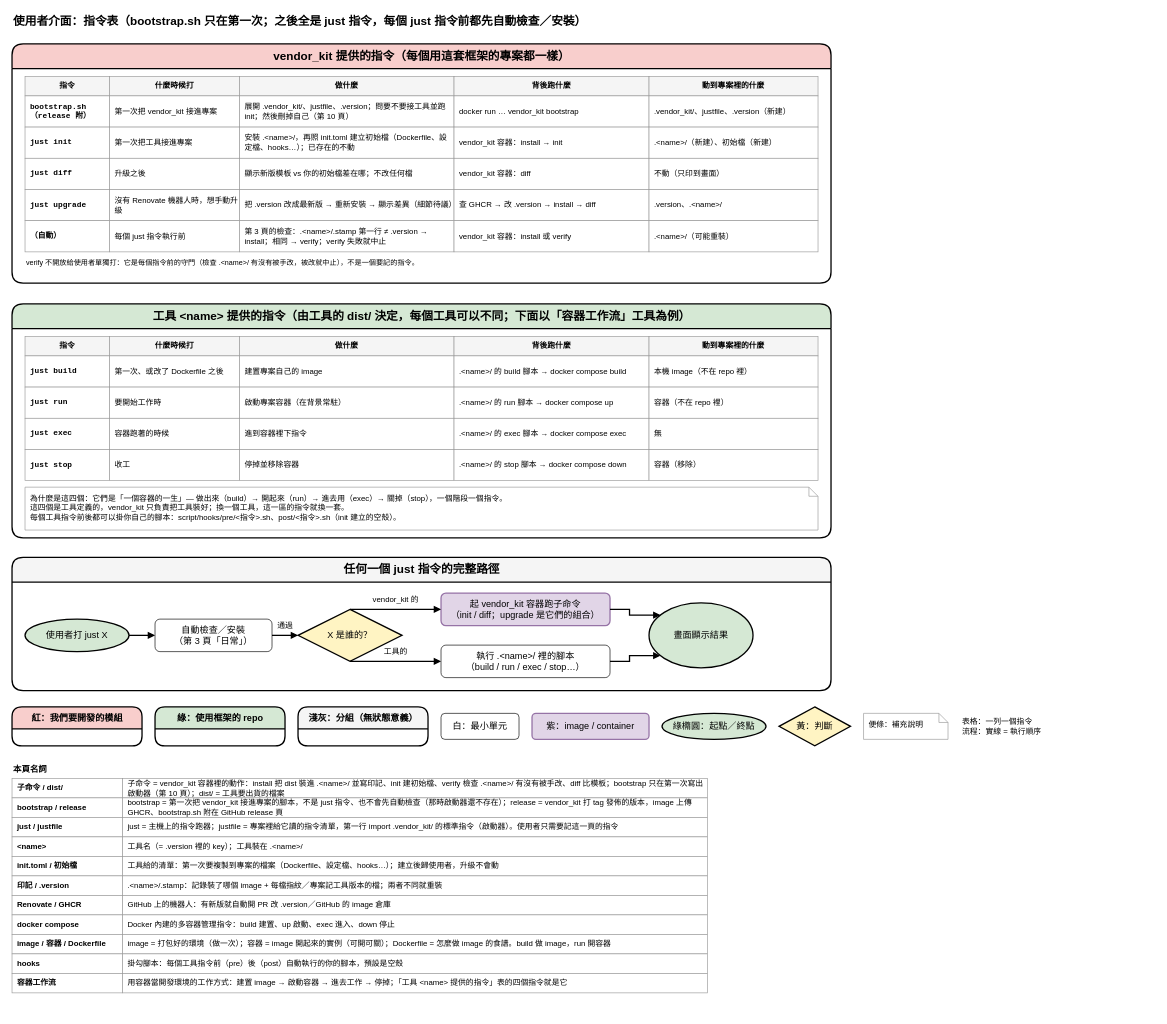
This is page "9. 使用者介面：just 指令表" (9 of 10) of dist_distribution.drawio from ycpss91255-research/vendor_kit, a draw.io file, before an edit. Source tidied: cells renumbered, new cells numbered last; positions are measured from the earlier drawing's top-left corner, leaving out a move shared by most shapes. Both pictures are drawn from the tidied source at 65%, with x=0, y=0 at pixel (12, 11).
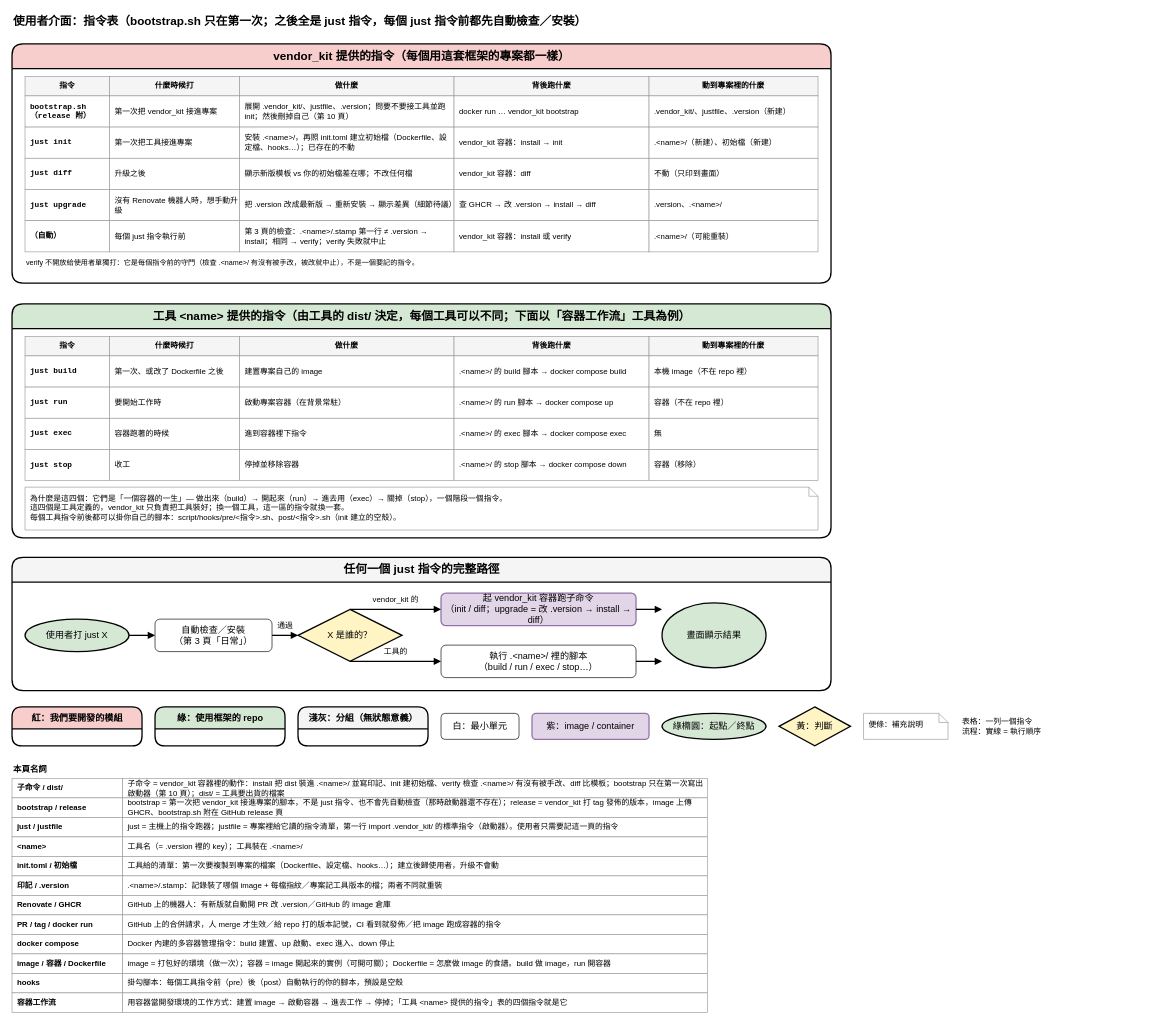
The same page after the edit.

Commit message (it also covers changes not shown here):
第 4 輪：第 2 頁重排（f8 標籤落在框外、p_t 不斷行）、第 7 頁 dist 說明、第 8 頁四子命令名詞、第 9 頁 upgrade 定義與線對齊、第 10 頁「沒有才寫」與 vendor.just 說明

Unchanged cells that the change refers to:
```xml
<mxCell id="62" value="任何一個 just 指令的完整路徑" style="swimlane;html=1;rounded=1;startSize=38;fontStyle=1;fontSize=18;fillColor=#f5f5f5;swimlaneFillColor=#ffffff;strokeColor=#000000;strokeWidth=2;" parent="1" vertex="1">
  <mxGeometry y="840" width="1260" height="205" as="geometry" />
</mxCell>
```

Diff of the diagram source:
```diff
@@
-    <mxCell id="66" value="起 vendor_kit 容器跑子命令&lt;br&gt;（init / diff；upgrade 是它們的組合）" style="rounded=1;whiteSpace=wrap;html=1;fillColor=#e1d5e7;strokeColor=#9673a6;fontSize=14;strokeWidth=2;" parent="62" vertex="1">
-      <mxGeometry x="660" y="55" width="260" height="50" as="geometry" />
+    <mxCell id="66" value="起 vendor_kit 容器跑子命令&lt;br&gt;（init / diff；upgrade = 改 .version → install → diff）" style="rounded=1;whiteSpace=wrap;html=1;fillColor=#e1d5e7;strokeColor=#9673a6;fontSize=14;strokeWidth=2;" parent="62" vertex="1">
+      <mxGeometry x="660" y="55" width="300" height="50" as="geometry" />
     </mxCell>
     <mxCell id="67" value="執行 .&amp;lt;name&amp;gt;/ 裡的腳本&lt;br&gt;（build / run / exec / stop…）" style="rounded=1;whiteSpace=wrap;html=1;fillColor=#ffffff;strokeColor=light-dark(#000000,#9577A3);fontSize=14;strokeWidth=1;" parent="62" vertex="1">
-      <mxGeometry x="660" y="135" width="260" height="50" as="geometry" />
+      <mxGeometry x="660" y="135" width="300" height="50" as="geometry" />
     </mxCell>
     <mxCell id="68" value="畫面顯示結果" style="ellipse;whiteSpace=wrap;html=1;fillColor=#d5e8d4;strokeColor=#000000;strokeWidth=2;fontSize=14;" parent="62" vertex="1">
-      <mxGeometry x="980" y="70" width="160" height="100" as="geometry" />
+      <mxGeometry x="1000" y="70" width="160" height="100" as="geometry" />
     </mxCell>
@@
-    <mxCell id="73" style="edgeStyle=orthogonalEdgeStyle;rounded=0;jettySize=auto;html=1;strokeColor=default;strokeWidth=2;align=center;verticalAlign=bottom;spacingBottom=6;fontFamily=Helvetica;fontSize=12;fontColor=default;labelBorderColor=none;labelBackgroundColor=none;endArrow=block;endFill=1;exitX=1;exitY=0.5;exitDx=0;exitDy=0;entryX=0;entryY=0.1;entryDx=0;entryDy=0;" parent="1" edge="1" source="66" target="68">
+    <mxCell id="73" style="edgeStyle=orthogonalEdgeStyle;rounded=0;jettySize=auto;html=1;strokeColor=default;strokeWidth=2;align=center;verticalAlign=bottom;spacingBottom=6;fontFamily=Helvetica;fontSize=12;fontColor=default;labelBorderColor=none;labelBackgroundColor=none;endArrow=block;endFill=1;entryPerimeter=0;exitX=1;exitY=0.5;exitDx=0;exitDy=0;entryX=0;entryY=0.1;entryDx=0;entryDy=0;" parent="1" edge="1" source="66" target="68">
       <mxGeometry relative="1" as="geometry" />
     </mxCell>
-    <mxCell id="74" style="edgeStyle=orthogonalEdgeStyle;rounded=0;jettySize=auto;html=1;strokeColor=default;strokeWidth=2;align=center;verticalAlign=bottom;spacingBottom=6;fontFamily=Helvetica;fontSize=12;fontColor=default;labelBorderColor=none;labelBackgroundColor=none;endArrow=block;endFill=1;exitX=1;exitY=0.5;exitDx=0;exitDy=0;entryX=0;entryY=0.9;entryDx=0;entryDy=0;" parent="1" edge="1" source="67" target="68">
+    <mxCell id="74" style="edgeStyle=orthogonalEdgeStyle;rounded=0;jettySize=auto;html=1;strokeColor=default;strokeWidth=2;align=center;verticalAlign=bottom;spacingBottom=6;fontFamily=Helvetica;fontSize=12;fontColor=default;labelBorderColor=none;labelBackgroundColor=none;endArrow=block;endFill=1;entryPerimeter=0;exitX=1;exitY=0.5;exitDx=0;exitDy=0;entryX=0;entryY=0.9;entryDx=0;entryDy=0;" parent="1" edge="1" source="67" target="68">
       <mxGeometry relative="1" as="geometry" />
     </mxCell>
@@
-    <mxCell id="99" value="docker compose" style="rounded=0;whiteSpace=wrap;html=1;fillColor=#ffffff;strokeColor=#999999;fontSize=12;fontStyle=1;align=left;spacingLeft=6;strokeWidth=1;" parent="1" vertex="1">
+    <mxCell id="99" value="PR / tag / docker run" style="rounded=0;whiteSpace=wrap;html=1;fillColor=#ffffff;strokeColor=#999999;fontSize=12;fontStyle=1;align=left;spacingLeft=6;strokeWidth=1;" parent="1" vertex="1">
       <mxGeometry y="1390" width="170" height="30" as="geometry" />
     </mxCell>
-    <mxCell id="100" value="Docker 內建的多容器管理指令：build 建置、up 啟動、exec 進入、down 停止" style="rounded=0;whiteSpace=wrap;html=1;fillColor=#ffffff;strokeColor=#999999;fontSize=12;align=left;spacingLeft=6;strokeWidth=1;" parent="1" vertex="1">
+    <mxCell id="100" value="GitHub 上的合併請求，人 merge 才生效／給 repo 打的版本記號，CI 看到就發佈／把 image 跑成容器的指令" style="rounded=0;whiteSpace=wrap;html=1;fillColor=#ffffff;strokeColor=#999999;fontSize=12;align=left;spacingLeft=6;strokeWidth=1;" parent="1" vertex="1">
       <mxGeometry x="170" y="1390" width="900" height="30" as="geometry" />
     </mxCell>
-    <mxCell id="101" value="image / 容器 / Dockerfile" style="rounded=0;whiteSpace=wrap;html=1;fillColor=#ffffff;strokeColor=#999999;fontSize=12;fontStyle=1;align=left;spacingLeft=6;strokeWidth=1;" parent="1" vertex="1">
+    <mxCell id="101" value="docker compose" style="rounded=0;whiteSpace=wrap;html=1;fillColor=#ffffff;strokeColor=#999999;fontSize=12;fontStyle=1;align=left;spacingLeft=6;strokeWidth=1;" parent="1" vertex="1">
       <mxGeometry y="1420" width="170" height="30" as="geometry" />
     </mxCell>
-    <mxCell id="102" value="image = 打包好的環境（做一次）；容器 = image 開起來的實例（可開可關）；Dockerfile = 怎麼做 image 的食譜。build 做 image，run 開容器" style="rounded=0;whiteSpace=wrap;html=1;fillColor=#ffffff;strokeColor=#999999;fontSize=12;align=left;spacingLeft=6;strokeWidth=1;" parent="1" vertex="1">
+    <mxCell id="102" value="Docker 內建的多容器管理指令：build 建置、up 啟動、exec 進入、down 停止" style="rounded=0;whiteSpace=wrap;html=1;fillColor=#ffffff;strokeColor=#999999;fontSize=12;align=left;spacingLeft=6;strokeWidth=1;" parent="1" vertex="1">
       <mxGeometry x="170" y="1420" width="900" height="30" as="geometry" />
     </mxCell>
-    <mxCell id="103" value="hooks" style="rounded=0;whiteSpace=wrap;html=1;fillColor=#ffffff;strokeColor=#999999;fontSize=12;fontStyle=1;align=left;spacingLeft=6;strokeWidth=1;" parent="1" vertex="1">
+    <mxCell id="103" value="image / 容器 / Dockerfile" style="rounded=0;whiteSpace=wrap;html=1;fillColor=#ffffff;strokeColor=#999999;fontSize=12;fontStyle=1;align=left;spacingLeft=6;strokeWidth=1;" parent="1" vertex="1">
       <mxGeometry y="1450" width="170" height="30" as="geometry" />
     </mxCell>
-    <mxCell id="104" value="掛勾腳本：每個工具指令前（pre）後（post）自動執行的你的腳本，預設是空殼" style="rounded=0;whiteSpace=wrap;html=1;fillColor=#ffffff;strokeColor=#999999;fontSize=12;align=left;spacingLeft=6;strokeWidth=1;" parent="1" vertex="1">
+    <mxCell id="104" value="image = 打包好的環境（做一次）；容器 = image 開起來的實例（可開可關）；Dockerfile = 怎麼做 image 的食譜。build 做 image，run 開容器" style="rounded=0;whiteSpace=wrap;html=1;fillColor=#ffffff;strokeColor=#999999;fontSize=12;align=left;spacingLeft=6;strokeWidth=1;" parent="1" vertex="1">
       <mxGeometry x="170" y="1450" width="900" height="30" as="geometry" />
     </mxCell>
-    <mxCell id="105" value="容器工作流" style="rounded=0;whiteSpace=wrap;html=1;fillColor=#ffffff;strokeColor=#999999;fontSize=12;fontStyle=1;align=left;spacingLeft=6;strokeWidth=1;" parent="1" vertex="1">
+    <mxCell id="105" value="hooks" style="rounded=0;whiteSpace=wrap;html=1;fillColor=#ffffff;strokeColor=#999999;fontSize=12;fontStyle=1;align=left;spacingLeft=6;strokeWidth=1;" parent="1" vertex="1">
       <mxGeometry y="1480" width="170" height="30" as="geometry" />
     </mxCell>
-    <mxCell id="106" value="用容器當開發環境的工作方式：建置 image → 啟動容器 → 進去工作 → 停掉；「工具 &amp;lt;name&amp;gt; 提供的指令」表的四個指令就是它" style="rounded=0;whiteSpace=wrap;html=1;fillColor=#ffffff;strokeColor=#999999;fontSize=12;align=left;spacingLeft=6;strokeWidth=1;" parent="1" vertex="1">
+    <mxCell id="106" value="掛勾腳本：每個工具指令前（pre）後（post）自動執行的你的腳本，預設是空殼" style="rounded=0;whiteSpace=wrap;html=1;fillColor=#ffffff;strokeColor=#999999;fontSize=12;align=left;spacingLeft=6;strokeWidth=1;" parent="1" vertex="1">
       <mxGeometry x="170" y="1480" width="900" height="30" as="geometry" />
     </mxCell>
+    <mxCell id="107" value="容器工作流" style="rounded=0;whiteSpace=wrap;html=1;fillColor=#ffffff;strokeColor=#999999;fontSize=12;fontStyle=1;align=left;spacingLeft=6;strokeWidth=1;" parent="1" vertex="1">
+      <mxGeometry y="1510" width="170" height="30" as="geometry" />
+    </mxCell>
+    <mxCell id="108" value="用容器當開發環境的工作方式：建置 image → 啟動容器 → 進去工作 → 停掉；「工具 &amp;lt;name&amp;gt; 提供的指令」表的四個指令就是它" style="rounded=0;whiteSpace=wrap;html=1;fillColor=#ffffff;strokeColor=#999999;fontSize=12;align=left;spacingLeft=6;strokeWidth=1;" parent="1" vertex="1">
+      <mxGeometry x="170" y="1510" width="900" height="30" as="geometry" />
+    </mxCell>
```
